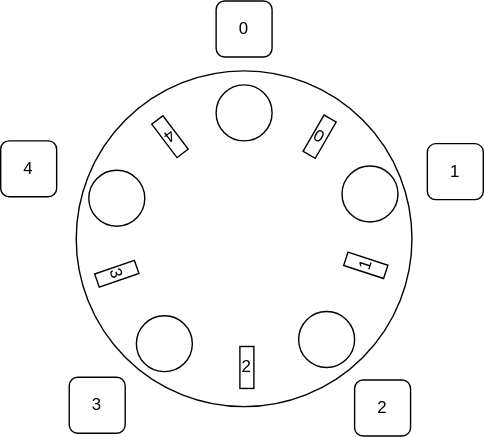
The draw.io diagram draw.svg in Olegt0rr/Foolosophy, before a commit. Source tidied: cells renumbered, new cells last; positions are measured from the earlier drawing's top-left corner, leaving out a move shared by most shapes.
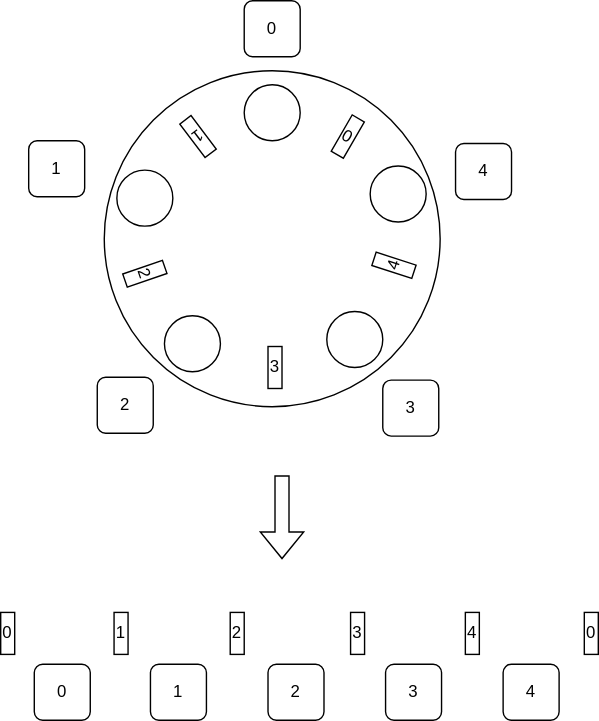
Later version of the same file.

Commit message:
fix: invert order

Diff of the diagram source:
```diff
@@ -8,16 +8,16 @@
     <mxCell id="3" value="0" style="rounded=1;whiteSpace=wrap;html=1;" parent="1" vertex="1">
       <mxGeometry x="154" width="40" height="40" as="geometry" />
     </mxCell>
-    <mxCell id="4" value="4" style="rounded=1;whiteSpace=wrap;html=1;" parent="1" vertex="1">
+    <mxCell id="4" value="1" style="rounded=1;whiteSpace=wrap;html=1;" parent="1" vertex="1">
       <mxGeometry y="100" width="40" height="40" as="geometry" />
     </mxCell>
-    <mxCell id="5" value="1" style="rounded=1;whiteSpace=wrap;html=1;" parent="1" vertex="1">
+    <mxCell id="5" value="4" style="rounded=1;whiteSpace=wrap;html=1;" parent="1" vertex="1">
       <mxGeometry x="305" y="102" width="40" height="40" as="geometry" />
     </mxCell>
-    <mxCell id="6" value="2" style="rounded=1;whiteSpace=wrap;html=1;" parent="1" vertex="1">
+    <mxCell id="6" value="3" style="rounded=1;whiteSpace=wrap;html=1;" parent="1" vertex="1">
       <mxGeometry x="253" y="271" width="40" height="40" as="geometry" />
     </mxCell>
-    <mxCell id="7" value="3" style="rounded=1;whiteSpace=wrap;html=1;" parent="1" vertex="1">
+    <mxCell id="7" value="2" style="rounded=1;whiteSpace=wrap;html=1;" parent="1" vertex="1">
       <mxGeometry x="49" y="269" width="40" height="40" as="geometry" />
     </mxCell>
     <mxCell id="8" style="ellipse;whiteSpace=wrap;html=1;" parent="1" vertex="1">
@@ -35,20 +35,59 @@
     <mxCell id="12" style="ellipse;whiteSpace=wrap;html=1;" parent="1" vertex="1">
       <mxGeometry x="63" y="121" width="40" height="40" as="geometry" />
     </mxCell>
-    <mxCell id="13" value="2" style="rounded=0;whiteSpace=wrap;html=1;" parent="1" vertex="1">
+    <mxCell id="13" value="3" style="rounded=0;whiteSpace=wrap;html=1;" parent="1" vertex="1">
       <mxGeometry x="171" y="247" width="10" height="30" as="geometry" />
     </mxCell>
     <mxCell id="14" value="0" style="rounded=0;whiteSpace=wrap;html=1;rotation=30;" parent="1" vertex="1">
       <mxGeometry x="223" y="82" width="10" height="30" as="geometry" />
     </mxCell>
-    <mxCell id="15" value="1" style="rounded=0;whiteSpace=wrap;html=1;rotation=-72;" parent="1" vertex="1">
+    <mxCell id="15" value="4" style="rounded=0;whiteSpace=wrap;html=1;rotation=-72;" parent="1" vertex="1">
       <mxGeometry x="256" y="174" width="10" height="30" as="geometry" />
     </mxCell>
-    <mxCell id="16" value="3" style="rounded=0;whiteSpace=wrap;html=1;rotation=71;" parent="1" vertex="1">
+    <mxCell id="16" value="2" style="rounded=0;whiteSpace=wrap;html=1;rotation=71;" parent="1" vertex="1">
       <mxGeometry x="78" y="180" width="10" height="30" as="geometry" />
     </mxCell>
-    <mxCell id="17" value="4" style="rounded=0;whiteSpace=wrap;html=1;rotation=143;" parent="1" vertex="1">
+    <mxCell id="17" value="1" style="rounded=0;whiteSpace=wrap;html=1;rotation=143;" parent="1" vertex="1">
       <mxGeometry x="116" y="82" width="10" height="30" as="geometry" />
     </mxCell>
+    <mxCell id="18" value="0" style="rounded=1;whiteSpace=wrap;html=1;" parent="1" vertex="1">
+      <mxGeometry x="4" y="474" width="40" height="40" as="geometry" />
+    </mxCell>
+    <mxCell id="19" value="1" style="rounded=1;whiteSpace=wrap;html=1;" parent="1" vertex="1">
+      <mxGeometry x="87" y="474" width="40" height="40" as="geometry" />
+    </mxCell>
+    <mxCell id="20" value="2" style="rounded=1;whiteSpace=wrap;html=1;" parent="1" vertex="1">
+      <mxGeometry x="171" y="474" width="40" height="40" as="geometry" />
+    </mxCell>
+    <mxCell id="21" value="3" style="rounded=1;whiteSpace=wrap;html=1;" parent="1" vertex="1">
+      <mxGeometry x="255" y="474" width="40" height="40" as="geometry" />
+    </mxCell>
+    <mxCell id="22" value="4" style="rounded=1;whiteSpace=wrap;html=1;" parent="1" vertex="1">
+      <mxGeometry x="339" y="474" width="40" height="40" as="geometry" />
+    </mxCell>
+    <mxCell id="23" value="1" style="rounded=0;whiteSpace=wrap;html=1;" parent="1" vertex="1">
+      <mxGeometry x="61" y="437" width="10" height="30" as="geometry" />
+    </mxCell>
+    <mxCell id="24" value="0" style="rounded=0;whiteSpace=wrap;html=1;" parent="1" vertex="1">
+      <mxGeometry x="-20" y="437" width="10" height="30" as="geometry" />
+    </mxCell>
+    <mxCell id="25" value="0" style="rounded=0;whiteSpace=wrap;html=1;" parent="1" vertex="1">
+      <mxGeometry x="397" y="437" width="10" height="30" as="geometry" />
+    </mxCell>
+    <mxCell id="26" value="2" style="rounded=0;whiteSpace=wrap;html=1;" parent="1" vertex="1">
+      <mxGeometry x="144" y="437" width="10" height="30" as="geometry" />
+    </mxCell>
+    <mxCell id="27" value="3" style="rounded=0;whiteSpace=wrap;html=1;" parent="1" vertex="1">
+      <mxGeometry x="230" y="437" width="10" height="30" as="geometry" />
+    </mxCell>
+    <mxCell id="28" value="4" style="rounded=0;whiteSpace=wrap;html=1;" parent="1" vertex="1">
+      <mxGeometry x="312" y="437" width="10" height="30" as="geometry" />
+    </mxCell>
+    <mxCell id="29" style="shape=flexArrow;endArrow=classic;html=1;rounded=0;" parent="1" edge="1">
+      <mxGeometry relative="1" as="geometry">
+        <mxPoint x="181" y="339" as="sourcePoint" />
+        <mxPoint x="181" y="399" as="targetPoint" />
+      </mxGeometry>
+    </mxCell>
   </root>
 </mxGraphModel>
```
